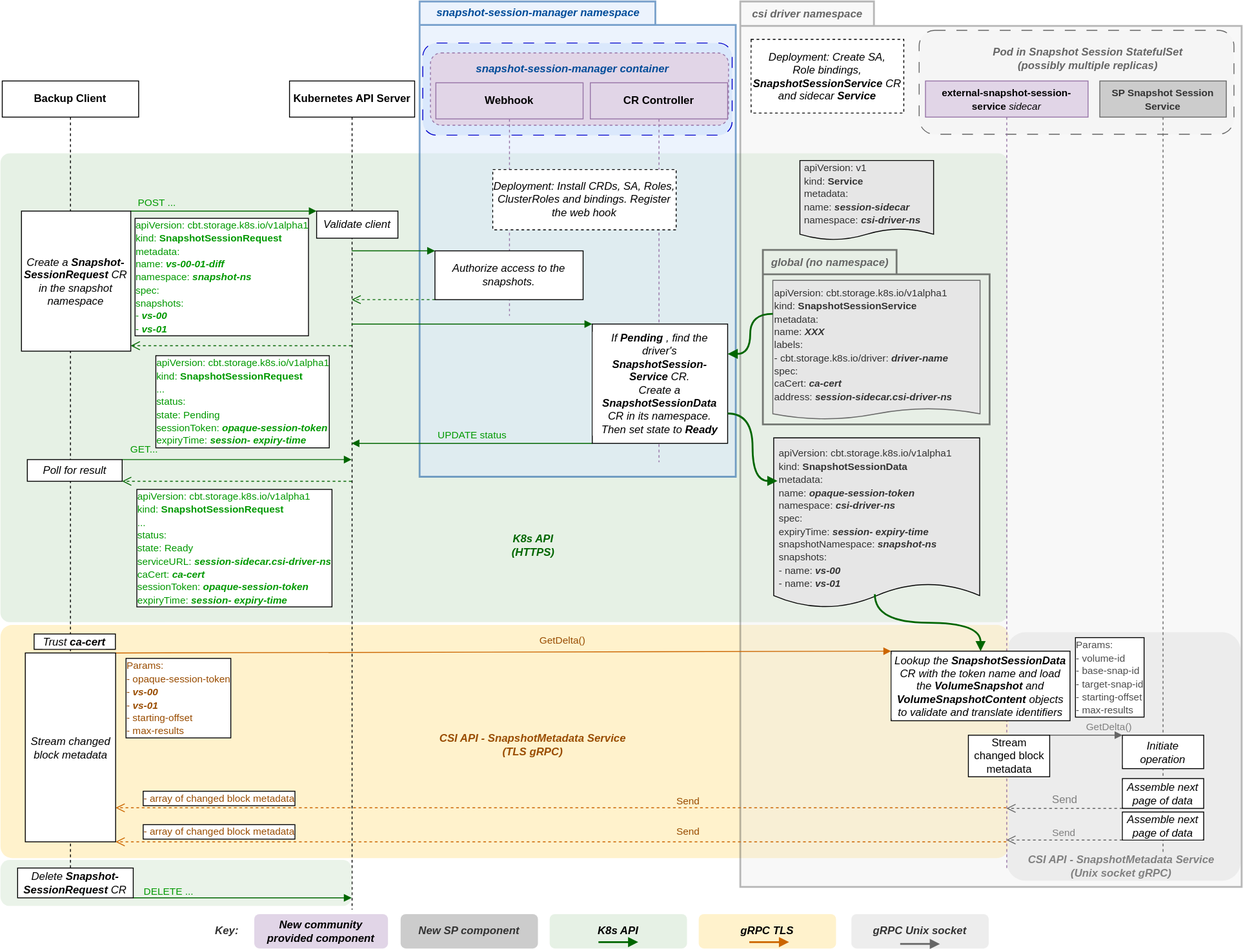
kubernetes/enhancements keeps this draw.io diagram as keps/sig-storage/3314-csi-changed-block-tracking/session.drawio.svg. Above is the earlier version. Source tidied: cells renumbered, new cells last; positions are measured from the earlier drawing's top-left corner, leaving out a move shared by most shapes.
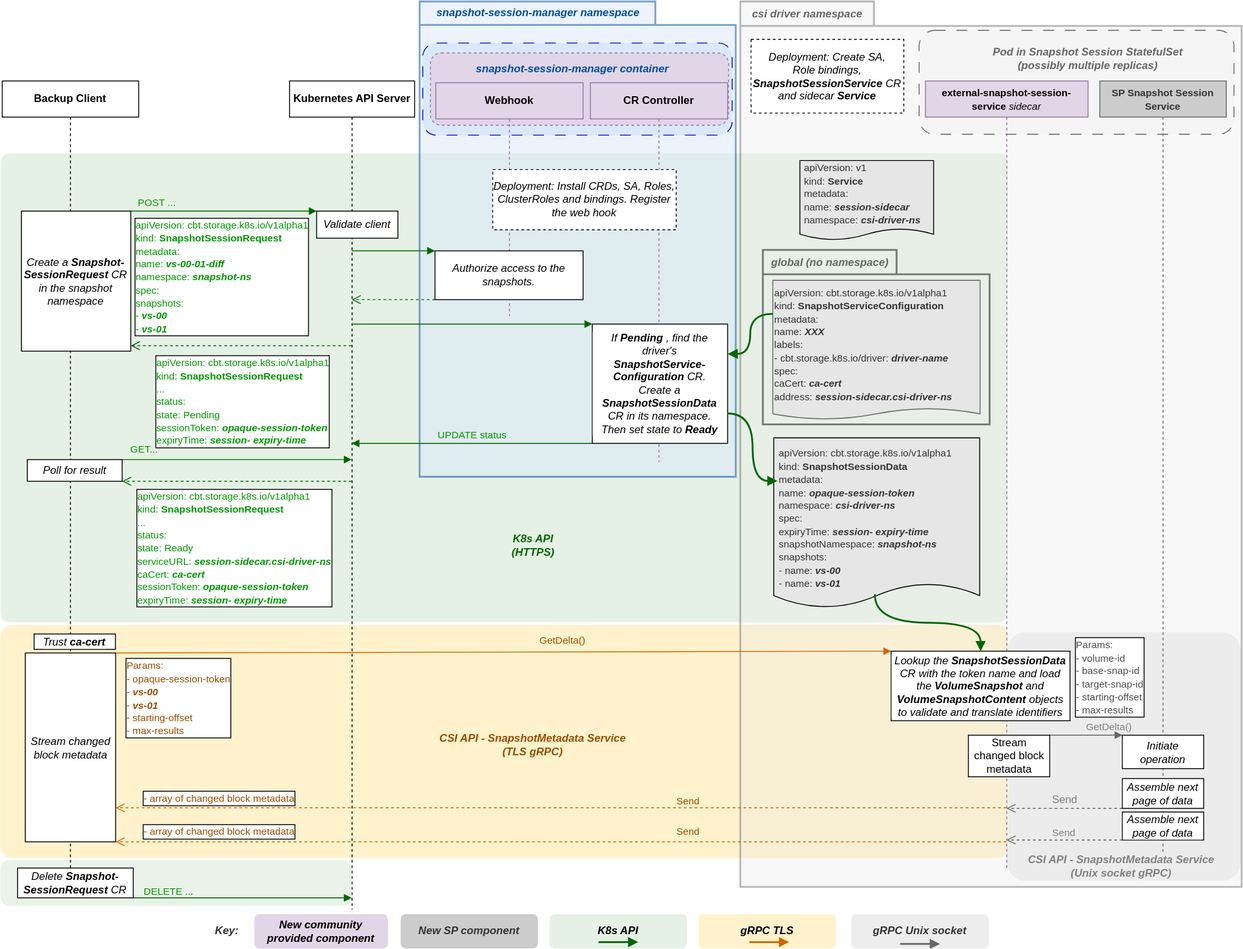
Later version of the same file.

Commit message:
Added details to the manager, sidecar and SP service sections. Fixed session figure errors and rewrote the client gRPC description in the risks section.

The edit, as a diff of the source:
```diff
@@ -54,7 +54,7 @@
     <mxCell id="17" style="shape=document;whiteSpace=wrap;html=1;boundedLbl=1;fillColor=#E6E6E6;strokeColor=#666666;size=0.08011585733164912;fontColor=#333333;" parent="16" vertex="1">
       <mxGeometry x="4" width="229.4" height="153.8" as="geometry" />
     </mxCell>
-    <mxCell id="18" value="&lt;font color=&quot;#333333&quot;&gt;&lt;span style=&quot;font-size: 11px;&quot;&gt;apiVersion: cbt.storage.k8s.io/v1alpha1&lt;/span&gt;&lt;br style=&quot;border-color: var(--border-color); font-size: 11px;&quot;&gt;&lt;span style=&quot;font-size: 11px;&quot;&gt;kind: &lt;b&gt;SnapshotSessionService&lt;/b&gt;&lt;/span&gt;&lt;br style=&quot;border-color: var(--border-color); font-size: 11px;&quot;&gt;&lt;span style=&quot;font-size: 11px;&quot;&gt;metadata:&lt;/span&gt;&lt;br style=&quot;border-color: var(--border-color); font-size: 11px;&quot;&gt;&lt;span style=&quot;font-size: 11px;&quot;&gt;&amp;nbsp; name:&amp;nbsp;&lt;/span&gt;&lt;b style=&quot;border-color: var(--border-color); font-size: 11px;&quot;&gt;&lt;i style=&quot;border-color: var(--border-color);&quot;&gt;XXX&lt;/i&gt;&lt;/b&gt;&lt;br style=&quot;border-color: var(--border-color); font-size: 11px;&quot;&gt;&lt;span style=&quot;font-size: 11px;&quot;&gt;&amp;nbsp; labels:&lt;/span&gt;&lt;br style=&quot;border-color: var(--border-color); font-size: 11px;&quot;&gt;&lt;span style=&quot;font-size: 11px;&quot;&gt;&amp;nbsp; &amp;nbsp; - cbt.storage.k8s.io/driver:&amp;nbsp;&lt;/span&gt;&lt;b style=&quot;border-color: var(--border-color); font-size: 11px;&quot;&gt;&lt;i style=&quot;border-color: var(--border-color);&quot;&gt;driver-name&lt;/i&gt;&lt;br style=&quot;border-color: var(--border-color);&quot;&gt;&lt;/b&gt;&lt;/font&gt;&lt;font color=&quot;#333333&quot;&gt;&lt;span style=&quot;font-size: 11px;&quot;&gt;spec:&lt;/span&gt;&lt;br style=&quot;border-color: var(--border-color); font-size: 11px;&quot;&gt;&lt;span style=&quot;font-size: 11px;&quot;&gt;&amp;nbsp; &amp;nbsp;caCert:&amp;nbsp;&lt;/span&gt;&lt;b style=&quot;border-color: var(--border-color); font-size: 11px;&quot;&gt;&lt;i&gt;ca-cert&lt;/i&gt;&lt;/b&gt;&lt;br style=&quot;border-color: var(--border-color); font-size: 11px;&quot;&gt;&lt;span style=&quot;font-size: 11px;&quot;&gt;&amp;nbsp; &amp;nbsp;address:&amp;nbsp;&lt;/span&gt;&lt;i style=&quot;border-color: var(--border-color); font-size: 11px;&quot;&gt;&lt;b style=&quot;border-color: var(--border-color);&quot;&gt;session-sidecar.csi-driver-ns&lt;/b&gt;&lt;/i&gt;&lt;/font&gt;" style="text;html=1;strokeColor=none;fillColor=none;align=left;verticalAlign=middle;whiteSpace=wrap;rounded=0;dashed=1;fontColor=#666666;" parent="16" vertex="1">
+    <mxCell id="18" value="&lt;font color=&quot;#333333&quot;&gt;&lt;span style=&quot;font-size: 11px;&quot;&gt;apiVersion: cbt.storage.k8s.io/v1alpha1&lt;/span&gt;&lt;br style=&quot;border-color: var(--border-color); font-size: 11px;&quot;&gt;&lt;span style=&quot;font-size: 11px;&quot;&gt;kind: &lt;b&gt;SnapshotServiceConfiguration&lt;/b&gt;&lt;/span&gt;&lt;br style=&quot;border-color: var(--border-color); font-size: 11px;&quot;&gt;&lt;span style=&quot;font-size: 11px;&quot;&gt;metadata:&lt;/span&gt;&lt;br style=&quot;border-color: var(--border-color); font-size: 11px;&quot;&gt;&lt;span style=&quot;font-size: 11px;&quot;&gt;&amp;nbsp; name:&amp;nbsp;&lt;/span&gt;&lt;b style=&quot;border-color: var(--border-color); font-size: 11px;&quot;&gt;&lt;i style=&quot;border-color: var(--border-color);&quot;&gt;XXX&lt;/i&gt;&lt;/b&gt;&lt;br style=&quot;border-color: var(--border-color); font-size: 11px;&quot;&gt;&lt;span style=&quot;font-size: 11px;&quot;&gt;&amp;nbsp; labels:&lt;/span&gt;&lt;br style=&quot;border-color: var(--border-color); font-size: 11px;&quot;&gt;&lt;span style=&quot;font-size: 11px;&quot;&gt;&amp;nbsp; &amp;nbsp; - cbt.storage.k8s.io/driver:&amp;nbsp;&lt;/span&gt;&lt;b style=&quot;border-color: var(--border-color); font-size: 11px;&quot;&gt;&lt;i style=&quot;border-color: var(--border-color);&quot;&gt;driver-name&lt;/i&gt;&lt;br style=&quot;border-color: var(--border-color);&quot;&gt;&lt;/b&gt;&lt;/font&gt;&lt;font color=&quot;#333333&quot;&gt;&lt;span style=&quot;font-size: 11px;&quot;&gt;spec:&lt;/span&gt;&lt;br style=&quot;border-color: var(--border-color); font-size: 11px;&quot;&gt;&lt;span style=&quot;font-size: 11px;&quot;&gt;&amp;nbsp; &amp;nbsp;caCert:&amp;nbsp;&lt;/span&gt;&lt;b style=&quot;border-color: var(--border-color); font-size: 11px;&quot;&gt;&lt;i&gt;ca-cert&lt;/i&gt;&lt;/b&gt;&lt;br style=&quot;border-color: var(--border-color); font-size: 11px;&quot;&gt;&lt;span style=&quot;font-size: 11px;&quot;&gt;&amp;nbsp; &amp;nbsp;address:&amp;nbsp;&lt;/span&gt;&lt;i style=&quot;border-color: var(--border-color); font-size: 11px;&quot;&gt;&lt;b style=&quot;border-color: var(--border-color);&quot;&gt;session-sidecar.csi-driver-ns&lt;/b&gt;&lt;/i&gt;&lt;/font&gt;" style="text;html=1;strokeColor=none;fillColor=none;align=left;verticalAlign=middle;whiteSpace=wrap;rounded=0;dashed=1;fontColor=#666666;" parent="16" vertex="1">
       <mxGeometry x="4" y="2.5" width="214.3" height="138.2" as="geometry" />
     </mxCell>
     <mxCell id="19" value="&lt;font color=&quot;#004c99&quot;&gt;&lt;i style=&quot;&quot;&gt;snapshot-session-manager namespace&lt;/i&gt;&lt;/font&gt;" style="shape=folder;fontStyle=1;tabWidth=261;tabHeight=26;tabPosition=left;html=1;boundedLbl=1;labelInHeader=1;labelBackgroundColor=none;fillColor=#dae8fc;strokeColor=#004C99;strokeWidth=2;opacity=50;" parent="1" vertex="1">
@@ -213,7 +213,7 @@
     <mxCell id="63" value="&lt;font size=&quot;1&quot; style=&quot;&quot;&gt;&lt;b style=&quot;font-size: 12px;&quot;&gt;CR Controller&lt;br&gt;&lt;/b&gt;&lt;/font&gt;" style="shape=umlLifeline;perimeter=lifelinePerimeter;whiteSpace=wrap;html=1;fillColor=#e1d5e7;strokeColor=#9673a6;" parent="1" vertex="1">
       <mxGeometry x="653" y="90" width="152" height="420" as="geometry" />
     </mxCell>
-    <mxCell id="64" value="&lt;i&gt;If &lt;b&gt;Pending&lt;/b&gt;, find the driver's&lt;br&gt;&lt;b&gt;SnapshotSession-&lt;br&gt;Service&amp;nbsp;&lt;/b&gt;CR.&lt;br&gt;Create a&lt;br&gt;&lt;b&gt;SnapshotSessionData&lt;/b&gt;&lt;br&gt;CR in its namespace.&lt;br&gt;Then set state to &lt;b&gt;Ready&lt;/b&gt;&lt;/i&gt;" style="rounded=0;whiteSpace=wrap;html=1;labelBackgroundColor=#FFFFFF;labelBorderColor=none;fillStyle=solid;fontSize=12;fontColor=#000000;" parent="63" vertex="1">
+    <mxCell id="64" value="&lt;i&gt;If &lt;b&gt;Pending&lt;/b&gt;, find the driver's&lt;br&gt;&lt;b&gt;SnapshotService-Configuration&amp;nbsp;&lt;/b&gt;CR.&lt;br&gt;Create a&lt;br&gt;&lt;b&gt;SnapshotSessionData&lt;/b&gt;&lt;br&gt;CR in its namespace.&lt;br&gt;Then set state to &lt;b&gt;Ready&lt;/b&gt;&lt;/i&gt;" style="rounded=0;whiteSpace=wrap;html=1;labelBackgroundColor=#FFFFFF;labelBorderColor=none;fillStyle=solid;fontSize=12;fontColor=#000000;" parent="63" vertex="1">
       <mxGeometry x="2.1" y="267" width="149.9" height="132" as="geometry" />
     </mxCell>
     <mxCell id="65" value="&lt;b&gt;&lt;i&gt;New community provided component&lt;/i&gt;&lt;/b&gt;" style="rounded=1;whiteSpace=wrap;html=1;labelBackgroundColor=none;labelBorderColor=none;fillStyle=solid;fontSize=12;fillColor=#e1d5e7;strokeColor=none;" parent="1" vertex="1">
```
